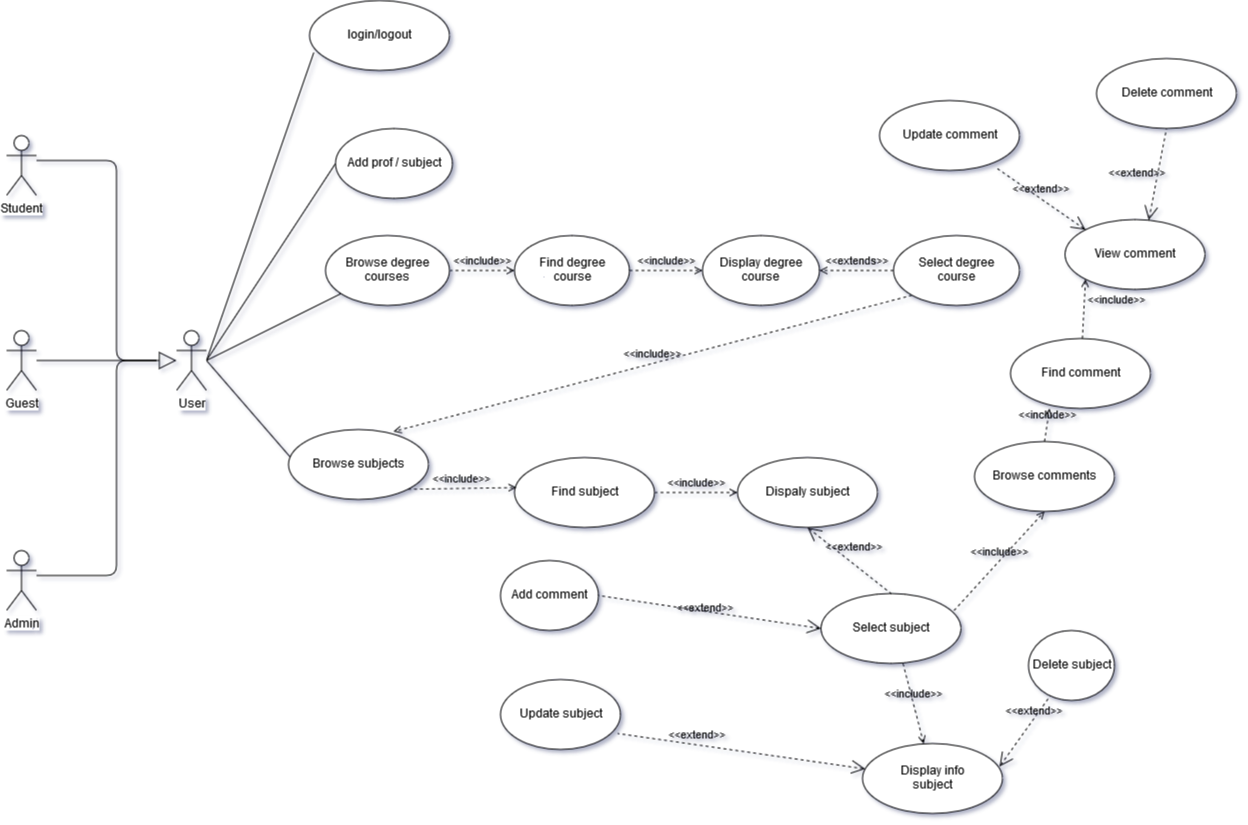
Above: doc/images/diagrams/UseCases.png in alicenannini/LargeScale_Task3 (draw.io), before the change. Source tidied: cells renumbered, new cells last; positions are measured from the earlier drawing's top-left corner, leaving out a move shared by most shapes.
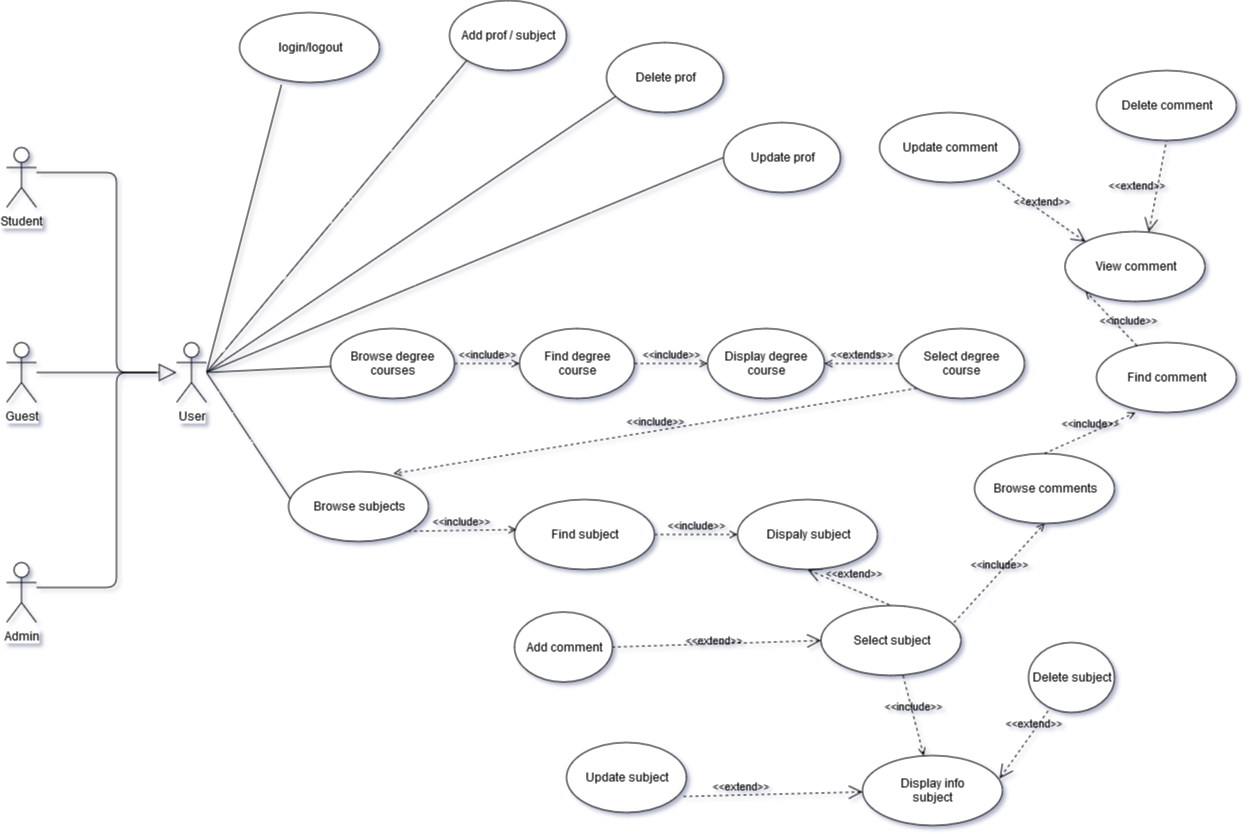
After the commit.

Commit message:
correct some mistakes in useCase section

Change to the diagram source:
```diff
@@ -6,16 +6,16 @@
       <mxGeometry y="135" width="30" height="60" as="geometry" />
     </mxCell>
     <mxCell id="3" value="login/logout" style="ellipse;whiteSpace=wrap;html=1;" parent="1" vertex="1">
-      <mxGeometry x="303" width="140" height="70" as="geometry" />
+      <mxGeometry x="233" width="140" height="70" as="geometry" />
     </mxCell>
     <mxCell id="4" value="Browse subjects" style="ellipse;whiteSpace=wrap;html=1;" parent="1" vertex="1">
-      <mxGeometry x="282" y="429" width="140" height="70" as="geometry" />
+      <mxGeometry x="282" y="459" width="140" height="70" as="geometry" />
     </mxCell>
     <mxCell id="5" value="Find subject" style="ellipse;whiteSpace=wrap;html=1;" parent="1" vertex="1">
-      <mxGeometry x="508" y="457" width="140" height="70" as="geometry" />
+      <mxGeometry x="508" y="487" width="140" height="70" as="geometry" />
     </mxCell>
     <mxCell id="6" value="Dispaly subject" style="ellipse;whiteSpace=wrap;html=1;" parent="1" vertex="1">
-      <mxGeometry x="731" y="457" width="140" height="70" as="geometry" />
+      <mxGeometry x="731" y="487" width="140" height="70" as="geometry" />
     </mxCell>
     <mxCell id="7" value="Browse comments" style="ellipse;whiteSpace=wrap;html=1;" parent="1" vertex="1">
       <mxGeometry x="968" y="441" width="140" height="70" as="geometry" />
@@ -29,7 +29,7 @@
     <mxCell id="10" value="User" style="shape=umlActor;verticalLabelPosition=bottom;labelBackgroundColor=#ffffff;verticalAlign=top;html=1;" parent="1" vertex="1">
       <mxGeometry x="170" y="330" width="30" height="60" as="geometry" />
     </mxCell>
-    <mxCell id="11" style="endArrow=none;html=1;entryX=0.031;entryY=0.742;entryDx=0;entryDy=0;entryPerimeter=0;" parent="1" edge="1" target="3">
+    <mxCell id="11" style="endArrow=none;html=1;entryX=0.3;entryY=1.029;entryDx=0;entryDy=0;entryPerimeter=0;" parent="1" edge="1" target="3">
       <mxGeometry relative="1" as="geometry">
         <mxPoint x="200" y="360" as="sourcePoint" />
       </mxGeometry>
@@ -40,7 +40,7 @@
       </mxGeometry>
     </mxCell>
     <mxCell id="13" value="Find comment" style="ellipse;whiteSpace=wrap;html=1;" parent="1" vertex="1">
-      <mxGeometry x="1004" y="338" width="140" height="70" as="geometry" />
+      <mxGeometry x="1090" y="330" width="140" height="70" as="geometry" />
     </mxCell>
     <mxCell id="14" value="&amp;lt;&amp;lt;include&amp;gt;&amp;gt;" style="edgeStyle=none;html=1;endArrow=open;verticalAlign=bottom;dashed=1;labelBackgroundColor=none;exitX=1;exitY=1;exitDx=0;exitDy=0;entryX=0.014;entryY=0.429;entryDx=0;entryDy=0;entryPerimeter=0;" parent="1" edge="1" source="4" target="5">
       <mxGeometry relative="1" as="geometry" />
@@ -55,7 +55,7 @@
       <mxGeometry relative="1" as="geometry" />
     </mxCell>
     <mxCell id="18" value="&amp;lt;&amp;lt;include&amp;gt;&amp;gt;" style="edgeStyle=none;html=1;endArrow=open;verticalAlign=bottom;dashed=1;labelBackgroundColor=none;entryX=0;entryY=1;entryDx=0;entryDy=0;" parent="1" edge="1" source="13" target="33">
-      <mxGeometry x="0.06" y="-33" relative="1" as="geometry" />
+      <mxGeometry x="-0.55" y="-5" relative="1" as="geometry" />
     </mxCell>
     <mxCell id="19" style="endArrow=block;html=1;endFill=0;endSize=15;" parent="1" edge="1">
       <mxGeometry relative="1" as="geometry">
@@ -84,13 +84,13 @@
       </mxGeometry>
     </mxCell>
     <mxCell id="22" value="&lt;div&gt;Browse degree &lt;br&gt;&lt;/div&gt;&lt;div&gt;courses&lt;/div&gt;" style="ellipse;whiteSpace=wrap;html=1;" parent="1" vertex="1">
-      <mxGeometry x="319" y="235" width="124" height="70" as="geometry" />
+      <mxGeometry x="324" y="316" width="124" height="70" as="geometry" />
     </mxCell>
     <mxCell id="23" value="&amp;lt;&amp;lt;include&amp;gt;&amp;gt;" style="edgeStyle=none;html=1;endArrow=open;verticalAlign=bottom;dashed=1;labelBackgroundColor=none;exitX=1;exitY=0.5;exitDx=0;exitDy=0;entryX=0;entryY=0.5;entryDx=0;entryDy=0;" parent="1" edge="1" source="22" target="24">
       <mxGeometry relative="1" as="geometry" />
     </mxCell>
     <mxCell id="24" value="&lt;div&gt;Find degree&lt;/div&gt;&lt;div&gt; course&lt;/div&gt;" style="ellipse;whiteSpace=wrap;html=1;" parent="1" vertex="1">
-      <mxGeometry x="508" y="235" width="115" height="70" as="geometry" />
+      <mxGeometry x="513" y="316" width="115" height="70" as="geometry" />
     </mxCell>
     <mxCell id="25" style="endArrow=none;html=1;" parent="1" edge="1" target="22">
       <mxGeometry relative="1" as="geometry">
@@ -104,19 +104,19 @@
       <mxGeometry x="0.03" y="6" relative="1" as="geometry" />
     </mxCell>
     <mxCell id="28" value="&lt;div&gt;Display degree &lt;br&gt;&lt;/div&gt;&lt;div&gt;course&lt;/div&gt;" style="ellipse;whiteSpace=wrap;html=1;" parent="1" vertex="1">
-      <mxGeometry x="696" y="235" width="117" height="70" as="geometry" />
+      <mxGeometry x="701" y="316" width="117" height="70" as="geometry" />
     </mxCell>
     <mxCell id="29" value="&amp;lt;&amp;lt;include&amp;gt;&amp;gt;" style="edgeStyle=none;html=1;endArrow=open;verticalAlign=bottom;dashed=1;labelBackgroundColor=none;entryX=0;entryY=0.5;entryDx=0;entryDy=0;exitX=1;exitY=0.5;exitDx=0;exitDy=0;" parent="1" edge="1" source="24" target="28">
       <mxGeometry relative="1" as="geometry" />
     </mxCell>
     <mxCell id="30" value="&lt;div&gt;Select degree &lt;br&gt;&lt;/div&gt;&lt;div&gt;course&lt;/div&gt;" style="ellipse;whiteSpace=wrap;html=1;" parent="1" vertex="1">
-      <mxGeometry x="887" y="235" width="126" height="70" as="geometry" />
+      <mxGeometry x="892" y="316" width="126" height="70" as="geometry" />
     </mxCell>
     <mxCell id="31" value="&amp;lt;&amp;lt;extends&amp;gt;&amp;gt;" style="edgeStyle=none;html=1;endArrow=open;verticalAlign=bottom;dashed=1;labelBackgroundColor=none;exitX=0;exitY=0.5;exitDx=0;exitDy=0;entryX=1;entryY=0.5;entryDx=0;entryDy=0;" parent="1" edge="1" source="30" target="28">
       <mxGeometry relative="1" as="geometry" />
     </mxCell>
     <mxCell id="32" value="Add comment" style="ellipse;whiteSpace=wrap;html=1;" parent="1" vertex="1">
-      <mxGeometry x="494" y="560" width="98" height="70" as="geometry" />
+      <mxGeometry x="508" y="599.5" width="98" height="70" as="geometry" />
     </mxCell>
     <mxCell id="33" value="View comment" style="ellipse;whiteSpace=wrap;html=1;" parent="1" vertex="1">
       <mxGeometry x="1058.5" y="219" width="140" height="70" as="geometry" />
@@ -134,7 +134,7 @@
       <mxGeometry x="0.03" y="6" relative="1" as="geometry" />
     </mxCell>
     <mxCell id="38" value="Update subject" style="ellipse;whiteSpace=wrap;html=1;" parent="1" vertex="1">
-      <mxGeometry x="494" y="679" width="120" height="70" as="geometry" />
+      <mxGeometry x="560" y="730" width="120" height="70" as="geometry" />
     </mxCell>
     <mxCell id="39" value="Delete subject" style="ellipse;whiteSpace=wrap;html=1;" parent="1" vertex="1">
       <mxGeometry x="1022" y="630" width="86" height="70" as="geometry" />
@@ -158,12 +158,28 @@
       <mxGeometry x="-0.25" y="19" relative="1" as="geometry" />
     </mxCell>
     <mxCell id="46" value="Add prof / subject" style="ellipse;whiteSpace=wrap;html=1;" parent="1" vertex="1">
-      <mxGeometry x="329" y="128" width="117" height="70" as="geometry" />
+      <mxGeometry x="443" y="-12" width="117" height="70" as="geometry" />
     </mxCell>
-    <mxCell id="47" style="endArrow=none;html=1;entryX=0;entryY=0.5;entryDx=0;entryDy=0;" parent="1" edge="1" target="46">
+    <mxCell id="47" style="endArrow=none;html=1;entryX=0;entryY=1;entryDx=0;entryDy=0;" parent="1" edge="1" target="46">
       <mxGeometry relative="1" as="geometry">
         <mxPoint x="200" y="360" as="sourcePoint" />
       </mxGeometry>
     </mxCell>
+    <mxCell id="48" style="endArrow=none;html=1;entryX=0;entryY=0.5;entryDx=0;entryDy=0;" parent="1" edge="1" target="51">
+      <mxGeometry relative="1" as="geometry">
+        <mxPoint x="200" y="360" as="sourcePoint" />
+      </mxGeometry>
+    </mxCell>
+    <mxCell id="49" style="endArrow=none;html=1;entryX=0.077;entryY=0.771;entryDx=0;entryDy=0;entryPerimeter=0;" parent="1" edge="1" target="50">
+      <mxGeometry relative="1" as="geometry">
+        <mxPoint x="200" y="360" as="sourcePoint" />
+      </mxGeometry>
+    </mxCell>
+    <mxCell id="50" value="Delete prof" style="ellipse;whiteSpace=wrap;html=1;" parent="1" vertex="1">
+      <mxGeometry x="600" y="30" width="117" height="70" as="geometry" />
+    </mxCell>
+    <mxCell id="51" value="Update prof" style="ellipse;whiteSpace=wrap;html=1;" parent="1" vertex="1">
+      <mxGeometry x="717" y="110" width="117" height="70" as="geometry" />
+    </mxCell>
   </root>
 </mxGraphModel>
```
